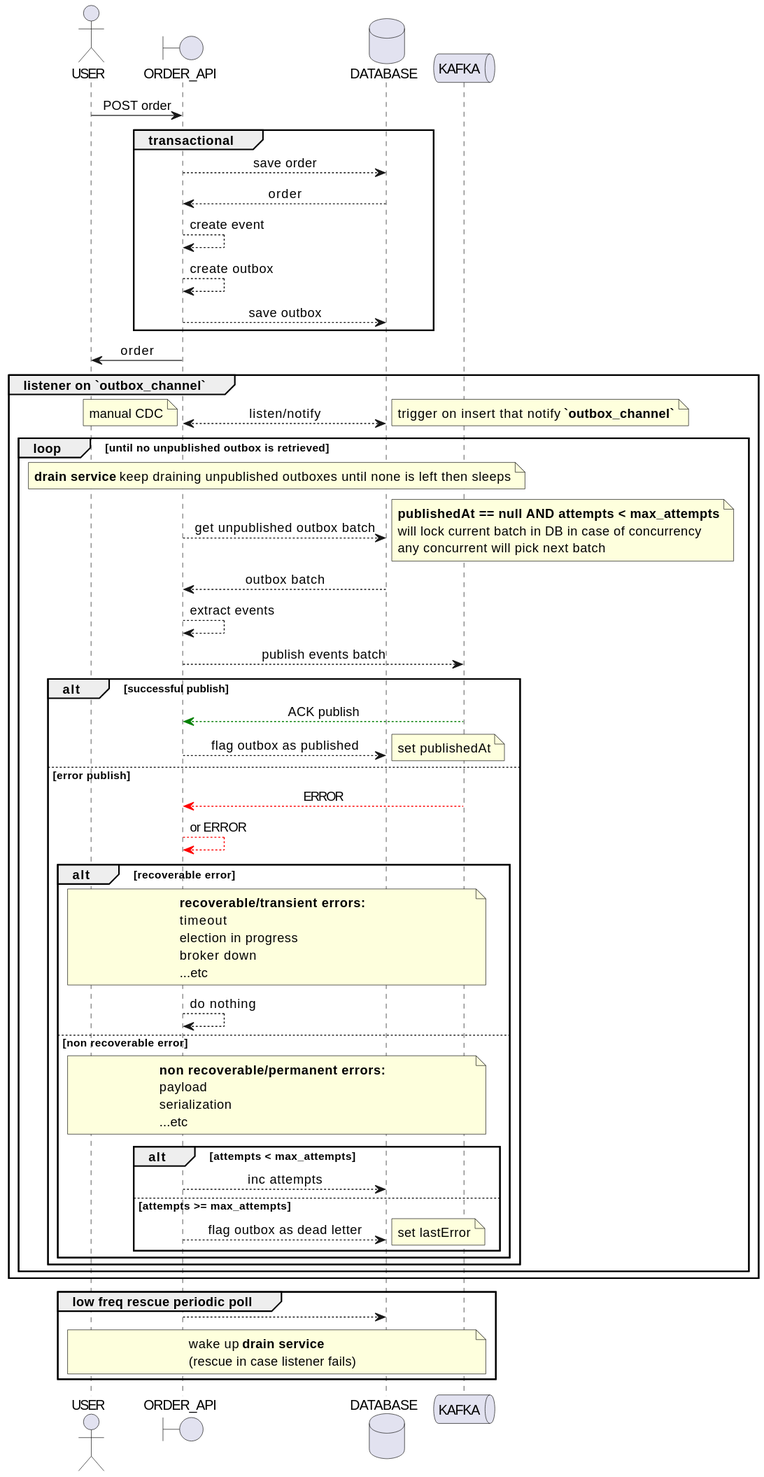
7mza/kafka-demo keeps this PlantUML diagram as docs/order_api_seq.svg. Above is the earlier version.
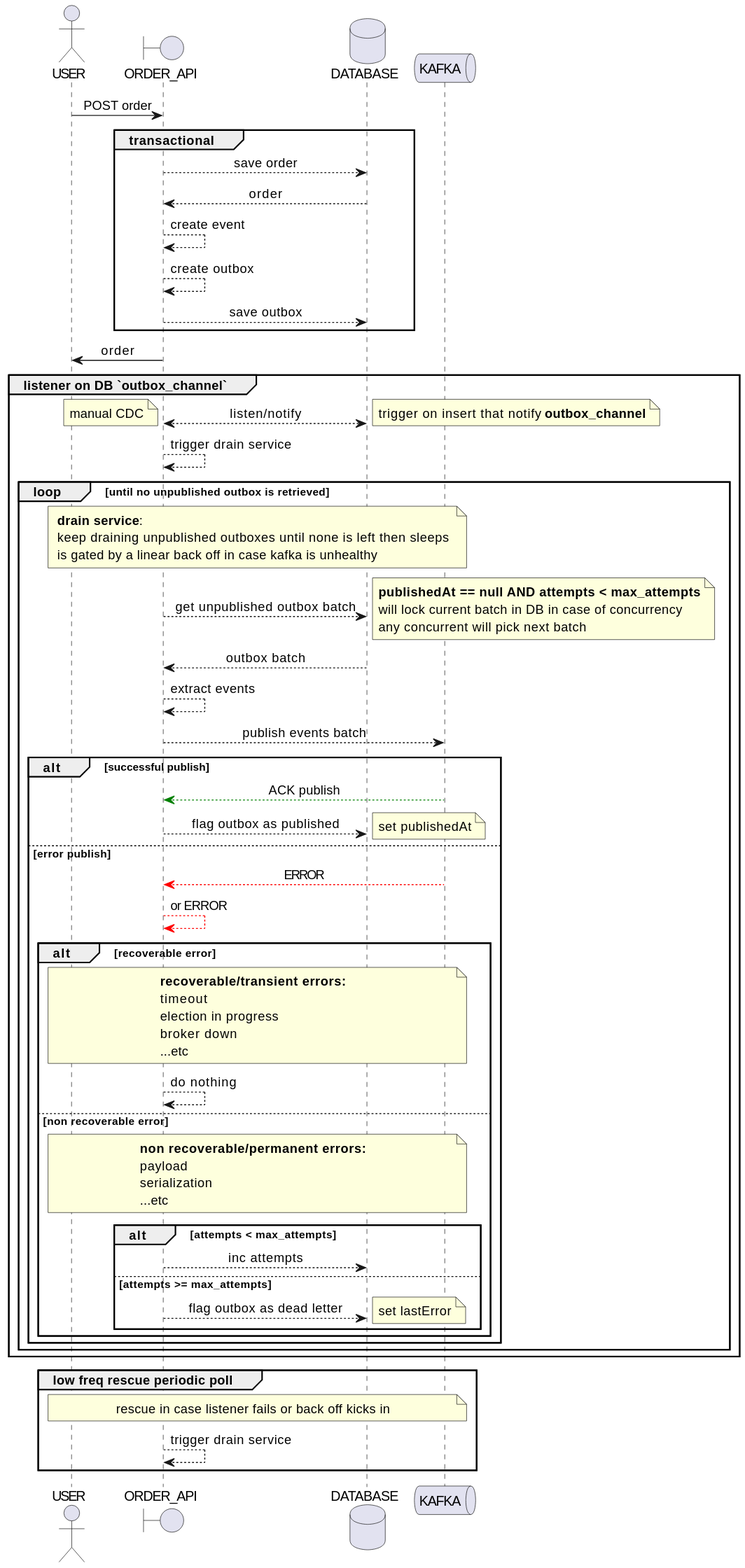
Above is the later version.

Change to the diagram source:
```diff
@@ -16,12 +16,13 @@
 end
 API -> U : order
 
-group listener on `outbox_channel`
+group listener on DB `outbox_channel`
     API <--> DB: listen/notify
     note left: manual CDC
-    note right: trigger on insert that notify **`outbox_channel`**
+    note right: trigger on insert that notify **outbox_channel**
+    API --> API: trigger drain service
     loop until no unpublished outbox is retrieved
-        note across: **drain service** keep draining unpublished outboxes until none is left then sleeps
+        note across: **drain service**:\nkeep draining unpublished outboxes until none is left then sleeps\nis gated by a linear back off in case kafka is unhealthy
         API --> DB : get unpublished outbox batch
         note right: **publishedAt == null AND attempts < max_attempts**\nwill lock current batch in DB in case of concurrency\nany concurrent will pick next batch
         DB --> API : outbox batch
@@ -62,7 +63,7 @@
 end
 
 group low freq rescue periodic poll
-    API --> DB
-    note across: wake up **drain service**\n(rescue in case listener fails)
+    note across: rescue in case listener fails or back off kicks in
+    API --> API: trigger drain service
 end
 @enduml
```
